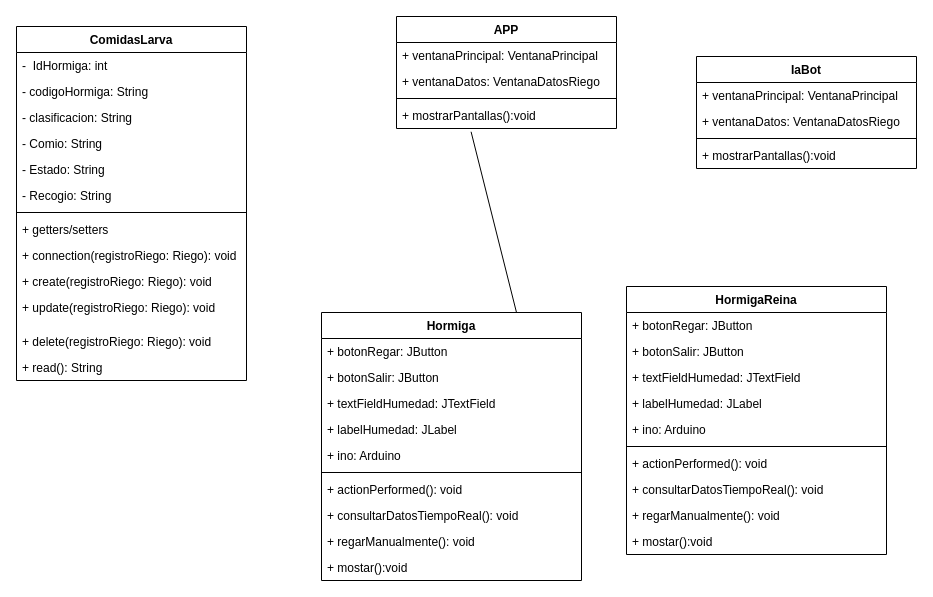
The draw.io diagram Design/AntbotDiagramclass.drawio in Vladimirjon/AntBot, before the edit. Source tidied: cells renumbered, new cells numbered last; positions are measured from the earlier drawing's top-left corner, leaving out a move shared by most shapes. Both pictures are drawn from the tidied source at 100%, with x=0, y=0 at pixel (16, 16).
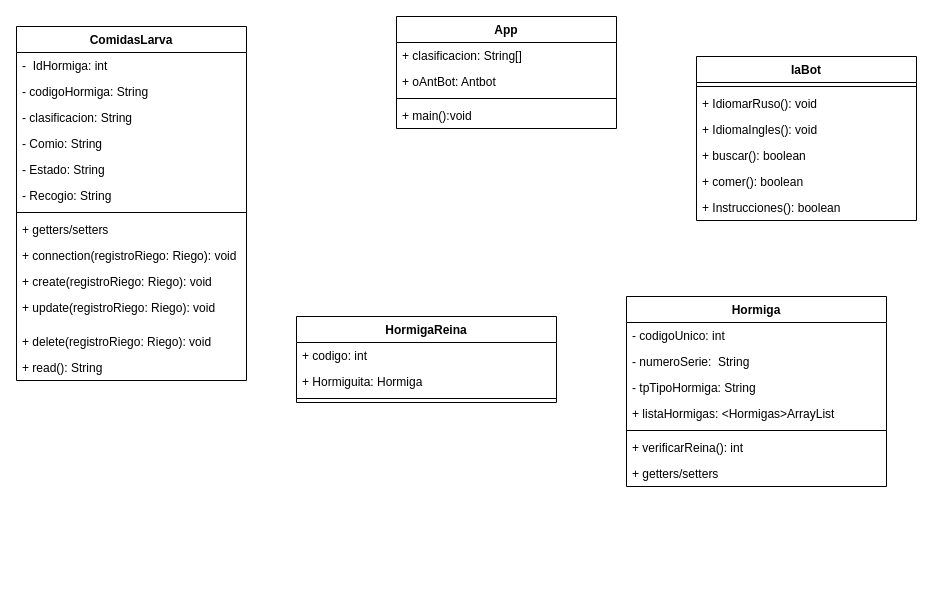
After the change.

What changed in the source:
```diff
@@
     <mxCell id="16" value="Hormiga" style="swimlane;fontStyle=1;align=center;verticalAlign=top;horizontal=1;startSize=26;" parent="1" vertex="1">
-      <mxGeometry x="305" y="296" width="260" height="268" as="geometry" />
+      <mxGeometry x="610" y="280" width="260" height="190" as="geometry" />
     </mxCell>
-    <mxCell id="17" value="+ botonRegar: JButton" style="text;strokeColor=none;fillColor=none;align=left;verticalAlign=top;spacingLeft=4;spacingRight=4;overflow=hidden;" parent="16" vertex="1">
+    <mxCell id="17" value="- codigoUnico: int " style="text;strokeColor=none;fillColor=none;align=left;verticalAlign=top;spacingLeft=4;spacingRight=4;overflow=hidden;" parent="16" vertex="1">
       <mxGeometry y="26" width="260" height="26" as="geometry" />
     </mxCell>
-    <mxCell id="18" value="+ botonSalir: JButton" style="text;strokeColor=none;fillColor=none;align=left;verticalAlign=top;spacingLeft=4;spacingRight=4;overflow=hidden;" parent="16" vertex="1">
+    <mxCell id="18" value="- numeroSerie:  String" style="text;strokeColor=none;fillColor=none;align=left;verticalAlign=top;spacingLeft=4;spacingRight=4;overflow=hidden;" parent="16" vertex="1">
       <mxGeometry y="52" width="260" height="26" as="geometry" />
     </mxCell>
-    <mxCell id="19" value="+ textFieldHumedad: JTextField" style="text;strokeColor=none;fillColor=none;align=left;verticalAlign=top;spacingLeft=4;spacingRight=4;overflow=hidden;" parent="16" vertex="1">
+    <mxCell id="19" value="- tpTipoHormiga: String " style="text;strokeColor=none;fillColor=none;align=left;verticalAlign=top;spacingLeft=4;spacingRight=4;overflow=hidden;" parent="16" vertex="1">
       <mxGeometry y="78" width="260" height="26" as="geometry" />
     </mxCell>
-    <mxCell id="20" value="+ labelHumedad: JLabel" style="text;strokeColor=none;fillColor=none;align=left;verticalAlign=top;spacingLeft=4;spacingRight=4;overflow=hidden;" parent="16" vertex="1">
+    <mxCell id="20" value="+ listaHormigas: &lt;Hormigas&gt;ArrayList" style="text;strokeColor=none;fillColor=none;align=left;verticalAlign=top;spacingLeft=4;spacingRight=4;overflow=hidden;" parent="16" vertex="1">
       <mxGeometry y="104" width="260" height="26" as="geometry" />
     </mxCell>
-    <mxCell id="21" value="+ ino: Arduino" style="text;strokeColor=none;fillColor=none;align=left;verticalAlign=top;spacingLeft=4;spacingRight=4;overflow=hidden;" parent="16" vertex="1">
-      <mxGeometry y="130" width="260" height="26" as="geometry" />
-    </mxCell>
     <mxCell id="22" style="line;strokeWidth=1;fillColor=none;align=left;verticalAlign=middle;spacingTop=-1;spacingLeft=3;spacingRight=3;labelPosition=right;strokeColor=inherit;" parent="16" vertex="1">
-      <mxGeometry y="156" width="260" height="8" as="geometry" />
+      <mxGeometry y="130" width="260" height="8" as="geometry" />
     </mxCell>
-    <mxCell id="23" value="+ actionPerformed(): void" style="text;strokeColor=none;fillColor=none;align=left;verticalAlign=top;spacingLeft=4;spacingRight=4;overflow=hidden;" parent="16" vertex="1">
-      <mxGeometry y="164" width="260" height="26" as="geometry" />
-    </mxCell>
-    <mxCell id="24" value="+ consultarDatosTiempoReal(): void" style="text;strokeColor=none;fillColor=none;align=left;verticalAlign=top;spacingLeft=4;spacingRight=4;overflow=hidden;" parent="16" vertex="1">
-      <mxGeometry y="190" width="260" height="26" as="geometry" />
+    <mxCell id="24" value="+ verificarReina(): int" style="text;strokeColor=none;fillColor=none;align=left;verticalAlign=top;spacingLeft=4;spacingRight=4;overflow=hidden;" parent="16" vertex="1">
+      <mxGeometry y="138" width="260" height="26" as="geometry" />
     </mxCell>
-    <mxCell id="25" value="+ regarManualmente(): void" style="text;strokeColor=none;fillColor=none;align=left;verticalAlign=top;spacingLeft=4;spacingRight=4;overflow=hidden;" parent="16" vertex="1">
-      <mxGeometry y="216" width="260" height="26" as="geometry" />
-    </mxCell>
-    <mxCell id="26" value="+ mostar():void" style="text;strokeColor=none;fillColor=none;align=left;verticalAlign=top;spacingLeft=4;spacingRight=4;overflow=hidden;" parent="16" vertex="1">
-      <mxGeometry y="242" width="260" height="26" as="geometry" />
+    <mxCell id="26" value="+ getters/setters" style="text;strokeColor=none;fillColor=none;align=left;verticalAlign=top;spacingLeft=4;spacingRight=4;overflow=hidden;" parent="16" vertex="1">
+      <mxGeometry y="164" width="260" height="26" as="geometry" />
     </mxCell>
-    <mxCell id="27" value="APP" style="swimlane;fontStyle=1;align=center;verticalAlign=top;horizontal=1;startSize=26;" parent="1" vertex="1">
+    <mxCell id="27" value="App" style="swimlane;fontStyle=1;align=center;verticalAlign=top;horizontal=1;startSize=26;" parent="1" vertex="1">
       <mxGeometry x="380" width="220" height="112" as="geometry" />
     </mxCell>
-    <mxCell id="28" value="+ ventanaPrincipal: VentanaPrincipal" style="text;strokeColor=none;fillColor=none;align=left;verticalAlign=top;spacingLeft=4;spacingRight=4;overflow=hidden;" parent="27" vertex="1">
+    <mxCell id="28" value="+ clasificacion: String[]" style="text;strokeColor=none;fillColor=none;align=left;verticalAlign=top;spacingLeft=4;spacingRight=4;overflow=hidden;" parent="27" vertex="1">
       <mxGeometry y="26" width="220" height="26" as="geometry" />
     </mxCell>
-    <mxCell id="29" value="+ ventanaDatos: VentanaDatosRiego" style="text;strokeColor=none;fillColor=none;align=left;verticalAlign=top;spacingLeft=4;spacingRight=4;overflow=hidden;" parent="27" vertex="1">
+    <mxCell id="29" value="+ oAntBot: Antbot" style="text;strokeColor=none;fillColor=none;align=left;verticalAlign=top;spacingLeft=4;spacingRight=4;overflow=hidden;" parent="27" vertex="1">
       <mxGeometry y="52" width="220" height="26" as="geometry" />
     </mxCell>
@@
-    <mxCell id="31" value="+ mostrarPantallas():void" style="text;strokeColor=none;fillColor=none;align=left;verticalAlign=top;spacingLeft=4;spacingRight=4;overflow=hidden;points=[[0,0.5],[1,0.5]];portConstraint=eastwest;" parent="27" vertex="1">
+    <mxCell id="31" value="+ main():void " style="text;strokeColor=none;fillColor=none;align=left;verticalAlign=top;spacingLeft=4;spacingRight=4;overflow=hidden;points=[[0,0.5],[1,0.5]];portConstraint=eastwest;" parent="27" vertex="1">
       <mxGeometry y="86" width="220" height="26" as="geometry" />
     </mxCell>
-    <mxCell id="32" style="endArrow=none;html=1;entryX=0.339;entryY=1.125;entryDx=0;entryDy=0;entryPerimeter=0;exitX=0.75;exitY=0;exitDx=0;exitDy=0;" parent="1" edge="1" source="16" target="31">
-      <mxGeometry relative="1" as="geometry" />
-    </mxCell>
     <mxCell id="33" value="HormigaReina" style="swimlane;fontStyle=1;align=center;verticalAlign=top;horizontal=1;startSize=26;" parent="1" vertex="1">
-      <mxGeometry x="610" y="270" width="260" height="268" as="geometry" />
+      <mxGeometry x="280" y="300" width="260" height="86" as="geometry" />
     </mxCell>
-    <mxCell id="34" value="+ botonRegar: JButton" style="text;strokeColor=none;fillColor=none;align=left;verticalAlign=top;spacingLeft=4;spacingRight=4;overflow=hidden;" parent="33" vertex="1">
-      <mxGeometry y="26" width="260" height="26" as="geometry" />
-    </mxCell>
-    <mxCell id="35" value="+ botonSalir: JButton" style="text;strokeColor=none;fillColor=none;align=left;verticalAlign=top;spacingLeft=4;spacingRight=4;overflow=hidden;" parent="33" vertex="1">
-      <mxGeometry y="52" width="260" height="26" as="geometry" />
-    </mxCell>
-    <mxCell id="36" value="+ textFieldHumedad: JTextField" style="text;strokeColor=none;fillColor=none;align=left;verticalAlign=top;spacingLeft=4;spacingRight=4;overflow=hidden;" parent="33" vertex="1">
-      <mxGeometry y="78" width="260" height="26" as="geometry" />
-    </mxCell>
-    <mxCell id="37" value="+ labelHumedad: JLabel" style="text;strokeColor=none;fillColor=none;align=left;verticalAlign=top;spacingLeft=4;spacingRight=4;overflow=hidden;" parent="33" vertex="1">
-      <mxGeometry y="104" width="260" height="26" as="geometry" />
+    <mxCell id="37" value="+ codigo: int" style="text;strokeColor=none;fillColor=none;align=left;verticalAlign=top;spacingLeft=4;spacingRight=4;overflow=hidden;" parent="33" vertex="1">
+      <mxGeometry y="26" width="260" height="26" as="geometry" />
     </mxCell>
-    <mxCell id="38" value="+ ino: Arduino" style="text;strokeColor=none;fillColor=none;align=left;verticalAlign=top;spacingLeft=4;spacingRight=4;overflow=hidden;" parent="33" vertex="1">
-      <mxGeometry y="130" width="260" height="26" as="geometry" />
-    </mxCell>
+    <mxCell id="49" value="+ Hormiguita: Hormiga" style="text;strokeColor=none;fillColor=none;align=left;verticalAlign=top;spacingLeft=4;spacingRight=4;overflow=hidden;" parent="33" vertex="1">
+      <mxGeometry y="52" width="260" height="26" as="geometry" />
+    </mxCell>
     <mxCell id="39" style="line;strokeWidth=1;fillColor=none;align=left;verticalAlign=middle;spacingTop=-1;spacingLeft=3;spacingRight=3;labelPosition=right;strokeColor=inherit;" parent="33" vertex="1">
-      <mxGeometry y="156" width="260" height="8" as="geometry" />
+      <mxGeometry y="78" width="260" height="8" as="geometry" />
     </mxCell>
-    <mxCell id="40" value="+ actionPerformed(): void" style="text;strokeColor=none;fillColor=none;align=left;verticalAlign=top;spacingLeft=4;spacingRight=4;overflow=hidden;" parent="33" vertex="1">
-      <mxGeometry y="164" width="260" height="26" as="geometry" />
-    </mxCell>
-    <mxCell id="41" value="+ consultarDatosTiempoReal(): void" style="text;strokeColor=none;fillColor=none;align=left;verticalAlign=top;spacingLeft=4;spacingRight=4;overflow=hidden;" parent="33" vertex="1">
-      <mxGeometry y="190" width="260" height="26" as="geometry" />
-    </mxCell>
-    <mxCell id="42" value="+ regarManualmente(): void" style="text;strokeColor=none;fillColor=none;align=left;verticalAlign=top;spacingLeft=4;spacingRight=4;overflow=hidden;" parent="33" vertex="1">
-      <mxGeometry y="216" width="260" height="26" as="geometry" />
-    </mxCell>
-    <mxCell id="43" value="+ mostar():void" style="text;strokeColor=none;fillColor=none;align=left;verticalAlign=top;spacingLeft=4;spacingRight=4;overflow=hidden;" parent="33" vertex="1">
-      <mxGeometry y="242" width="260" height="26" as="geometry" />
-    </mxCell>
     <mxCell id="44" value="IaBot" style="swimlane;fontStyle=1;align=center;verticalAlign=top;horizontal=1;startSize=26;" parent="1" vertex="1">
-      <mxGeometry x="680" y="40" width="220" height="112" as="geometry" />
+      <mxGeometry x="680" y="40" width="220" height="164" as="geometry" />
     </mxCell>
-    <mxCell id="45" value="+ ventanaPrincipal: VentanaPrincipal" style="text;strokeColor=none;fillColor=none;align=left;verticalAlign=top;spacingLeft=4;spacingRight=4;overflow=hidden;" parent="44" vertex="1">
-      <mxGeometry y="26" width="220" height="26" as="geometry" />
-    </mxCell>
-    <mxCell id="46" value="+ ventanaDatos: VentanaDatosRiego" style="text;strokeColor=none;fillColor=none;align=left;verticalAlign=top;spacingLeft=4;spacingRight=4;overflow=hidden;" parent="44" vertex="1">
-      <mxGeometry y="52" width="220" height="26" as="geometry" />
-    </mxCell>
     <mxCell id="47" style="line;strokeWidth=1;fillColor=none;align=left;verticalAlign=middle;spacingTop=-1;spacingLeft=3;spacingRight=3;labelPosition=right;strokeColor=inherit;" parent="44" vertex="1">
-      <mxGeometry y="78" width="220" height="8" as="geometry" />
+      <mxGeometry y="26" width="220" height="8" as="geometry" />
     </mxCell>
-    <mxCell id="48" value="+ mostrarPantallas():void" style="text;strokeColor=none;fillColor=none;align=left;verticalAlign=top;spacingLeft=4;spacingRight=4;overflow=hidden;" parent="44" vertex="1">
-      <mxGeometry y="86" width="220" height="26" as="geometry" />
+    <mxCell id="48" value="+ IdiomarRuso(): void " style="text;strokeColor=none;fillColor=none;align=left;verticalAlign=top;spacingLeft=4;spacingRight=4;overflow=hidden;" parent="44" vertex="1">
+      <mxGeometry y="34" width="220" height="26" as="geometry" />
     </mxCell>
+    <mxCell id="50" value="+ IdiomaIngles(): void " style="text;strokeColor=none;fillColor=none;align=left;verticalAlign=top;spacingLeft=4;spacingRight=4;overflow=hidden;" parent="44" vertex="1">
+      <mxGeometry y="60" width="220" height="26" as="geometry" />
+    </mxCell>
+    <mxCell id="51" value="+ buscar(): boolean" style="text;strokeColor=none;fillColor=none;align=left;verticalAlign=top;spacingLeft=4;spacingRight=4;overflow=hidden;" parent="44" vertex="1">
+      <mxGeometry y="86" width="220" height="26" as="geometry" />
+    </mxCell>
+    <mxCell id="52" value="+ comer(): boolean" style="text;strokeColor=none;fillColor=none;align=left;verticalAlign=top;spacingLeft=4;spacingRight=4;overflow=hidden;" parent="44" vertex="1">
+      <mxGeometry y="112" width="220" height="26" as="geometry" />
+    </mxCell>
+    <mxCell id="53" value="+ Instrucciones(): boolean" style="text;strokeColor=none;fillColor=none;align=left;verticalAlign=top;spacingLeft=4;spacingRight=4;overflow=hidden;" parent="44" vertex="1">
+      <mxGeometry y="138" width="220" height="26" as="geometry" />
+    </mxCell>
```
